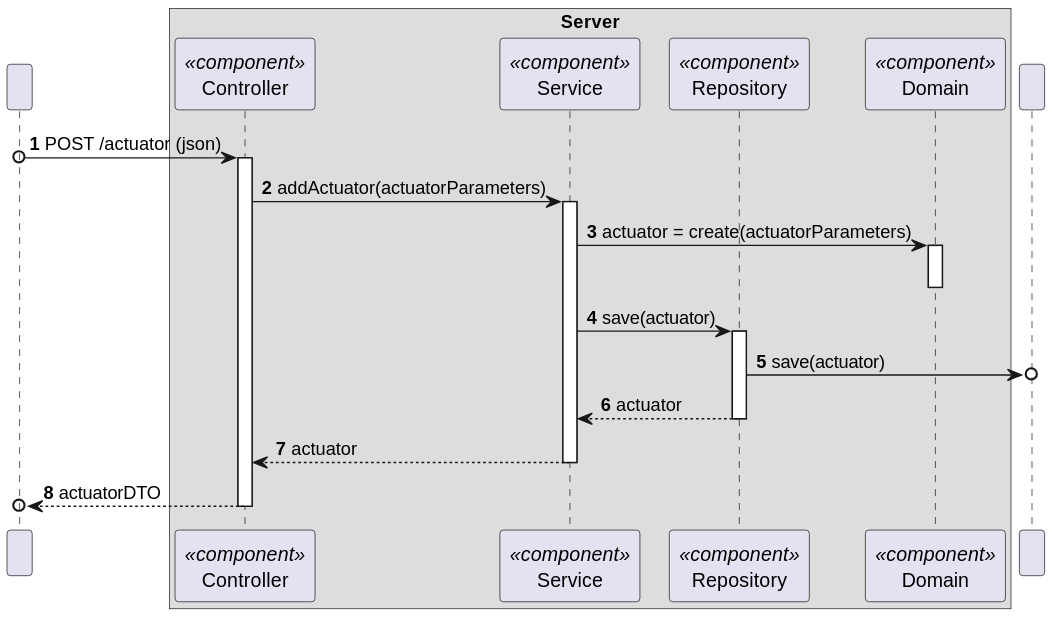
Earlier version of the PlantUML export docs/C4_4plus1_models/Level4/ProcessView/ProcessViewLevel4_UC10_v1.svg (moutajDev/smarthome).
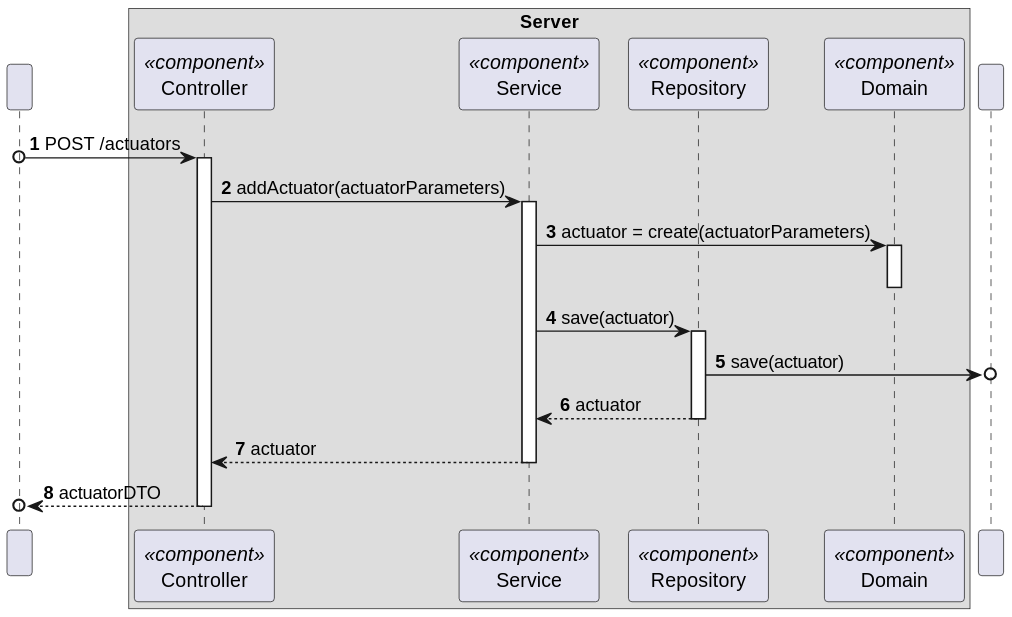
After the commit.

The edit, as a diff of the source:
```diff
@@ -13,7 +13,7 @@
 end box
     participant " " as BD
 
-User o-> Controller : POST /actuator (json)
+User o-> Controller : POST /actuators
 activate Controller
 
 
```
